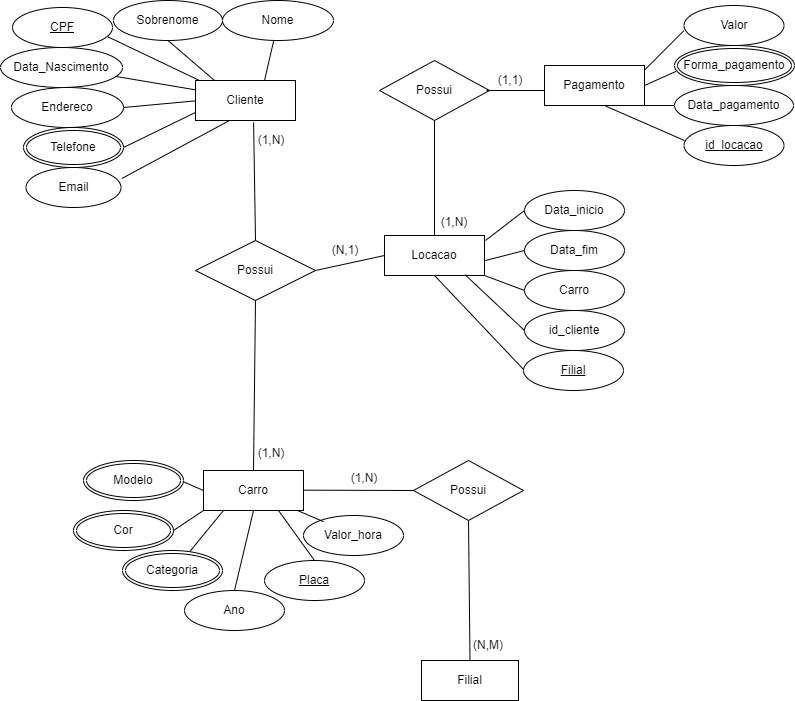
Above: Mapa_BD1.drawio.png in Kelly-Prone/diagramas (draw.io), before the change. Source tidied: cells renumbered, new cells last; positions are measured from the earlier drawing's top-left corner, leaving out a move shared by most shapes.
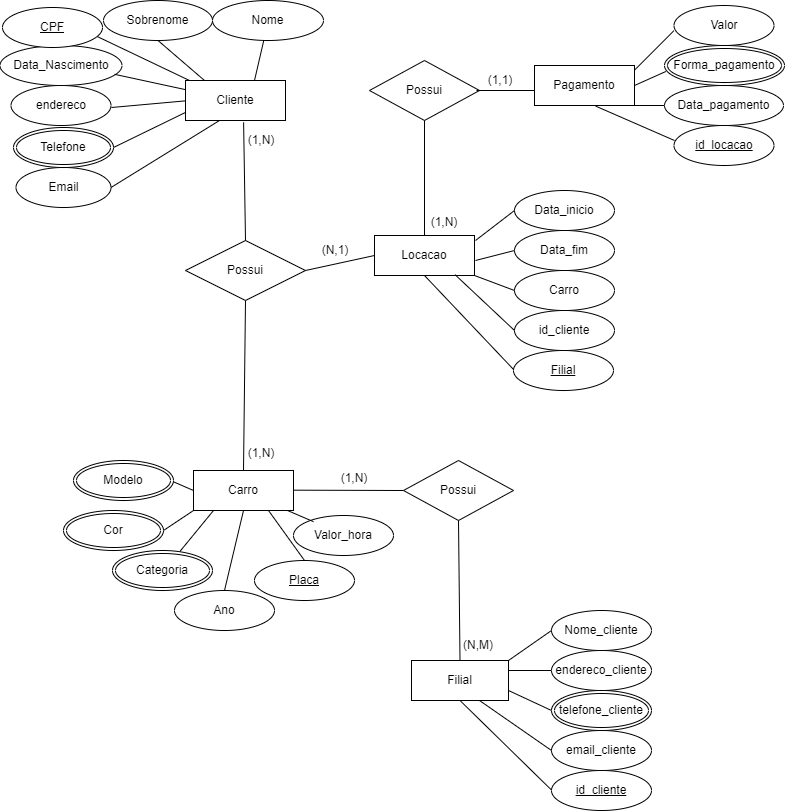
After the change.

Diff of the diagram source:
```diff
@@ -6,11 +6,8 @@
       <mxGeometry x="113" width="109" height="40" as="geometry" />
     </mxCell>
     <mxCell id="3" value="Data_Nascimento" style="ellipse;whiteSpace=wrap;html=1;labelBackgroundColor=none;rounded=0;" parent="1" vertex="1">
-      <mxGeometry y="47" width="122" height="40" as="geometry" />
+      <mxGeometry x="9.5" y="45" width="122" height="40" as="geometry" />
     </mxCell>
-    <mxCell id="4" value="Endereco" style="ellipse;whiteSpace=wrap;html=1;labelBackgroundColor=none;rounded=0;" parent="1" vertex="1">
-      <mxGeometry x="11" y="87" width="112" height="40" as="geometry" />
-    </mxCell>
     <mxCell id="5" value="Nome" style="ellipse;whiteSpace=wrap;html=1;labelBackgroundColor=none;rounded=0;" parent="1" vertex="1">
       <mxGeometry x="222" width="111" height="40" as="geometry" />
     </mxCell>
@@ -27,7 +24,7 @@
         <mxPoint x="214" y="80" as="sourcePoint" />
       </mxGeometry>
     </mxCell>
-    <mxCell id="9" style="endArrow=none;html=1;rounded=0;entryX=0.25;entryY=1;entryDx=0;entryDy=0;labelBackgroundColor=none;fontColor=default;exitX=1.009;exitY=0.275;exitDx=0;exitDy=0;exitPerimeter=0;" parent="1" edge="1" source="6">
+    <mxCell id="9" style="endArrow=none;html=1;rounded=0;entryX=0.25;entryY=1;entryDx=0;entryDy=0;labelBackgroundColor=none;fontColor=default;exitX=1;exitY=0.5;exitDx=0;exitDy=0;" parent="1" edge="1" source="6">
       <mxGeometry relative="1" as="geometry">
         <mxPoint x="229" y="120" as="targetPoint" />
       </mxGeometry>
@@ -42,8 +39,9 @@
         <mxPoint x="199" y="80" as="sourcePoint" />
       </mxGeometry>
     </mxCell>
-    <mxCell id="12" style="endArrow=none;html=1;rounded=0;entryX=0;entryY=0.5;entryDx=0;entryDy=0;labelBackgroundColor=none;fontColor=default;exitX=1;exitY=0.5;exitDx=0;exitDy=0;" parent="1" edge="1" source="4">
+    <mxCell id="12" style="endArrow=none;html=1;rounded=0;entryX=0;entryY=0.5;entryDx=0;entryDy=0;labelBackgroundColor=none;fontColor=default;" parent="1" edge="1">
       <mxGeometry relative="1" as="geometry">
+        <mxPoint x="121" y="107" as="sourcePoint" />
         <mxPoint x="199" y="100" as="targetPoint" />
       </mxGeometry>
     </mxCell>
@@ -247,5 +245,48 @@
     <mxCell id="67" value="(1,N)" style="text;strokeColor=none;align=center;fillColor=none;html=1;verticalAlign=middle;whiteSpace=wrap;rounded=0;" parent="1" vertex="1">
       <mxGeometry x="424" y="207" width="60" height="30" as="geometry" />
     </mxCell>
+    <mxCell id="68" value="Nome_cliente" style="ellipse;whiteSpace=wrap;html=1;align=center;" parent="1" vertex="1">
+      <mxGeometry x="561" y="610" width="100" height="40" as="geometry" />
+    </mxCell>
+    <mxCell id="69" value="email_cliente" style="ellipse;whiteSpace=wrap;html=1;align=center;" parent="1" vertex="1">
+      <mxGeometry x="561" y="730" width="100" height="40" as="geometry" />
+    </mxCell>
+    <mxCell id="70" value="id_cliente" style="ellipse;whiteSpace=wrap;html=1;align=center;fontStyle=4;" parent="1" vertex="1">
+      <mxGeometry x="561" y="770" width="100" height="40" as="geometry" />
+    </mxCell>
+    <mxCell id="71" style="endArrow=none;html=1;rounded=0;exitX=0.5;exitY=1;exitDx=0;exitDy=0;" parent="1" edge="1" source="31">
+      <mxGeometry relative="1" as="geometry">
+        <mxPoint x="561" y="789.5" as="targetPoint" />
+      </mxGeometry>
+    </mxCell>
+    <mxCell id="72" style="endArrow=none;html=1;rounded=0;exitX=0.5;exitY=1;exitDx=0;exitDy=0;entryX=0;entryY=0.5;entryDx=0;entryDy=0;" parent="1" edge="1" target="69">
+      <mxGeometry relative="1" as="geometry">
+        <mxPoint x="489" y="700" as="sourcePoint" />
+      </mxGeometry>
+    </mxCell>
+    <mxCell id="73" style="endArrow=none;html=1;rounded=0;exitX=1;exitY=0.75;exitDx=0;exitDy=0;entryX=0;entryY=0.5;entryDx=0;entryDy=0;" parent="1" edge="1" source="31">
+      <mxGeometry relative="1" as="geometry">
+        <mxPoint x="561" y="710" as="targetPoint" />
+      </mxGeometry>
+    </mxCell>
+    <mxCell id="74" style="endArrow=none;html=1;rounded=0;exitX=1;exitY=0.25;exitDx=0;exitDy=0;entryX=0;entryY=0.5;entryDx=0;entryDy=0;" parent="1" edge="1" source="31">
+      <mxGeometry relative="1" as="geometry">
+        <mxPoint x="561" y="670" as="targetPoint" />
+      </mxGeometry>
+    </mxCell>
+    <mxCell id="75" style="endArrow=none;html=1;rounded=0;exitX=1;exitY=1;exitDx=0;exitDy=0;entryX=0;entryY=0.5;entryDx=0;entryDy=0;" parent="1" edge="1" source="66">
+      <mxGeometry relative="1" as="geometry">
+        <mxPoint x="561" y="630" as="targetPoint" />
+      </mxGeometry>
+    </mxCell>
+    <mxCell id="76" value="telefone_cliente" style="ellipse;shape=doubleEllipse;margin=3;whiteSpace=wrap;html=1;align=center;" parent="1" vertex="1">
+      <mxGeometry x="561" y="690" width="100" height="40" as="geometry" />
+    </mxCell>
+    <mxCell id="77" value="endereco_cliente" style="ellipse;whiteSpace=wrap;html=1;align=center;" parent="1" vertex="1">
+      <mxGeometry x="561" y="650" width="100" height="40" as="geometry" />
+    </mxCell>
+    <mxCell id="78" value="endereco" style="ellipse;whiteSpace=wrap;html=1;align=center;" parent="1" vertex="1">
+      <mxGeometry x="20.5" y="85" width="100" height="40" as="geometry" />
+    </mxCell>
   </root>
 </mxGraphModel>
```
